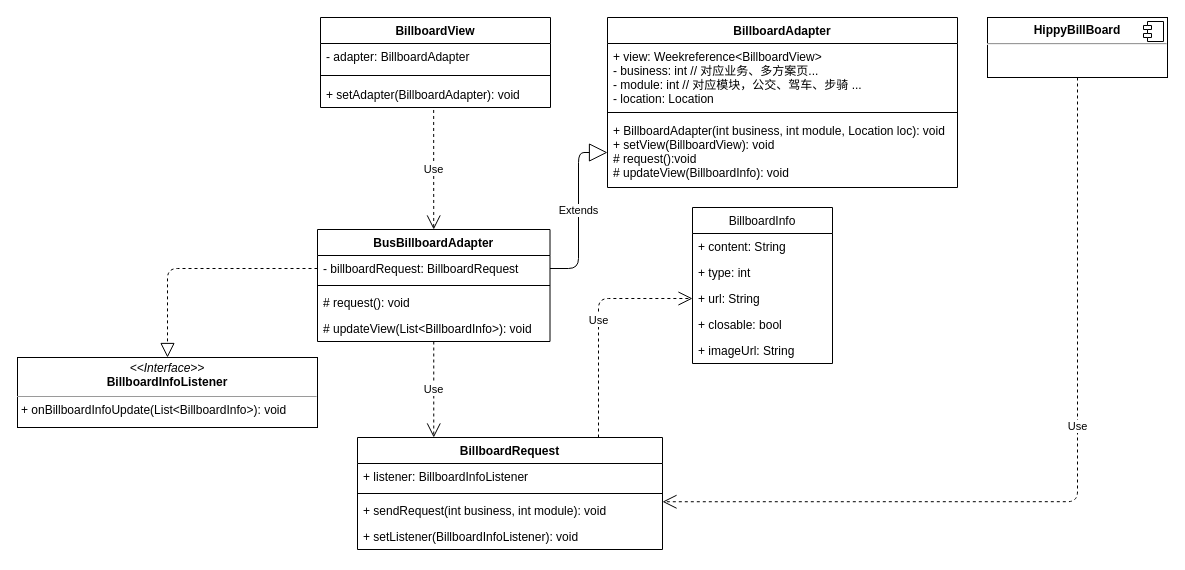
The draw.io diagram page "Billboard 类图" (6 of 7) of SD-routeCalculate.drawio in wangziji/graphics, before the edit. Source tidied: cells renumbered, new cells numbered last; positions are measured from the earlier drawing's top-left corner, leaving out a move shared by most shapes. Both pictures are drawn from the tidied source at 100%, with x=0, y=0 at pixel (17, 17).
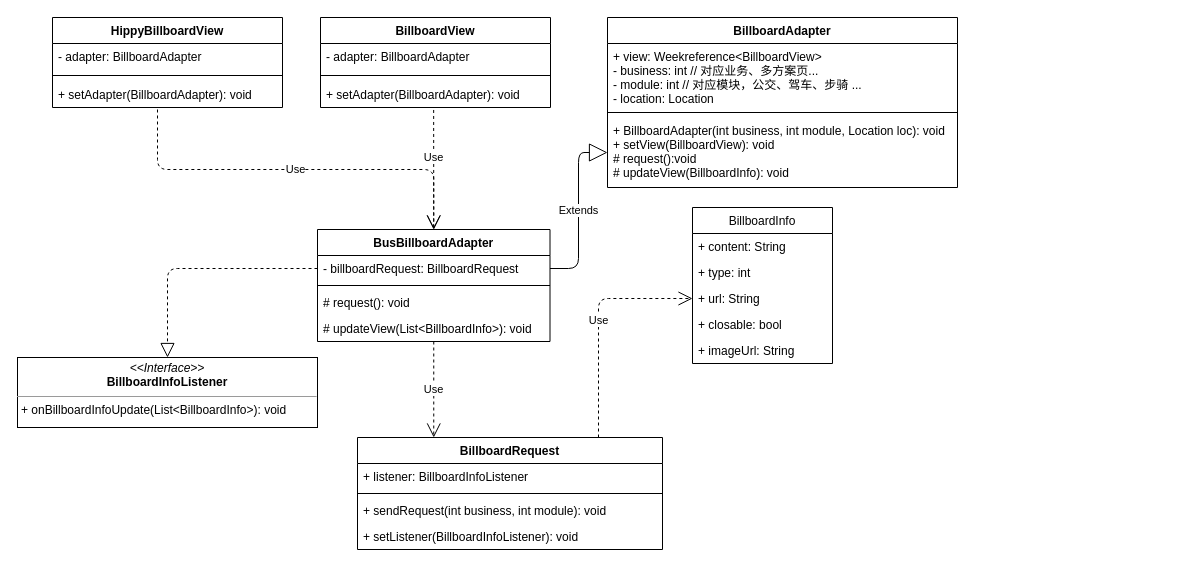
Above is the later version.

The change refers to these unchanged cells:
```xml
<mxCell id="5" value="+ setAdapter(BillboardAdapter): void" style="text;strokeColor=none;fillColor=none;align=left;verticalAlign=top;spacingLeft=4;spacingRight=4;overflow=hidden;points=[[0,0.5],[1,0.5]];portConstraint=eastwest;" parent="2" vertex="1">
  <mxGeometry y="64" width="230" height="26" as="geometry" />
</mxCell>
<mxCell id="16" value="BusBillboardAdapter" style="swimlane;fontStyle=1;align=center;verticalAlign=top;horizontal=1;startSize=26;" parent="1" vertex="1">
  <mxGeometry x="300" y="212" width="232.5" height="112" as="geometry" />
</mxCell>
<mxCell id="27" value="+ sendRequest(int business, int module): void" style="text;strokeColor=none;fillColor=none;align=left;verticalAlign=top;spacingLeft=4;spacingRight=4;overflow=hidden;points=[[0,0.5],[1,0.5]];portConstraint=eastwest;" parent="24" vertex="1">
  <mxGeometry y="60" width="305" height="26" as="geometry" />
</mxCell>
```

Change to the diagram source:
```diff
@@
     <mxCell id="31" value="Use" style="endArrow=open;endSize=12;dashed=1;html=1;exitX=0.492;exitY=1.095;exitDx=0;exitDy=0;exitPerimeter=0;" parent="1" edge="1" source="5" target="16">
-      <mxGeometry relative="1" as="geometry" />
+      <mxGeometry x="-0.2" relative="1" as="geometry" />
     </mxCell>
-    <mxCell id="32" value="&lt;p style=&quot;margin: 0px ; margin-top: 6px ; text-align: center&quot;&gt;&lt;b&gt;HippyBillBoard&lt;/b&gt;&lt;/p&gt;&lt;hr&gt;&lt;p style=&quot;margin: 0px ; margin-left: 8px&quot;&gt;&lt;br&gt;&lt;/p&gt;" style="align=left;overflow=fill;html=1;" parent="1" vertex="1">
-      <mxGeometry x="970" width="180" height="60" as="geometry" />
-    </mxCell>
-    <mxCell id="33" style="shape=component;jettyWidth=8;jettyHeight=4;" parent="32" vertex="1">
-      <mxGeometry x="1" width="20" height="20" relative="1" as="geometry">
-        <mxPoint x="-24" y="4" as="offset" />
-      </mxGeometry>
-    </mxCell>
+    <mxCell id="35" value="HippyBillboardView" style="swimlane;fontStyle=1;align=center;verticalAlign=top;horizontal=1;startSize=26;" parent="1" vertex="1">
+      <mxGeometry x="35" width="230" height="90" as="geometry" />
+    </mxCell>
+    <mxCell id="36" value="- adapter: BillboardAdapter" style="text;strokeColor=none;fillColor=none;align=left;verticalAlign=top;spacingLeft=4;spacingRight=4;overflow=hidden;" parent="35" vertex="1">
+      <mxGeometry y="26" width="230" height="26" as="geometry" />
+    </mxCell>
+    <mxCell id="37" style="line;strokeWidth=1;fillColor=none;align=left;verticalAlign=middle;spacingTop=-1;spacingLeft=3;spacingRight=3;labelPosition=right;" parent="35" vertex="1">
+      <mxGeometry y="52" width="230" height="12" as="geometry" />
+    </mxCell>
+    <mxCell id="38" value="+ setAdapter(BillboardAdapter): void" style="text;strokeColor=none;fillColor=none;align=left;verticalAlign=top;spacingLeft=4;spacingRight=4;overflow=hidden;" parent="35" vertex="1">
+      <mxGeometry y="64" width="230" height="26" as="geometry" />
+    </mxCell>
-    <mxCell id="34" value="Use" style="endArrow=open;endSize=12;dashed=1;html=1;exitX=0.5;exitY=1;exitDx=0;exitDy=0;entryX=1;entryY=0.163;entryDx=0;entryDy=0;entryPerimeter=0;edgeStyle=orthogonalEdgeStyle;" parent="1" edge="1" source="32" target="27">
-      <mxGeometry x="-0.17" relative="1" as="geometry">
-        <mxPoint y="1" as="offset" />
+    <mxCell id="34" value="Use" style="endArrow=open;endSize=12;dashed=1;html=1;exitX=0.492;exitY=1.095;exitDx=0;exitDy=0;exitPerimeter=0;edgeStyle=elbowEdgeStyle;elbow=vertical;entryX=0.5;entryY=0;entryDx=0;entryDy=0;" parent="1" edge="1" target="16">
+      <mxGeometry relative="1" as="geometry">
+        <mxPoint x="140" y="92" as="sourcePoint" />
       </mxGeometry>
     </mxCell>
```
